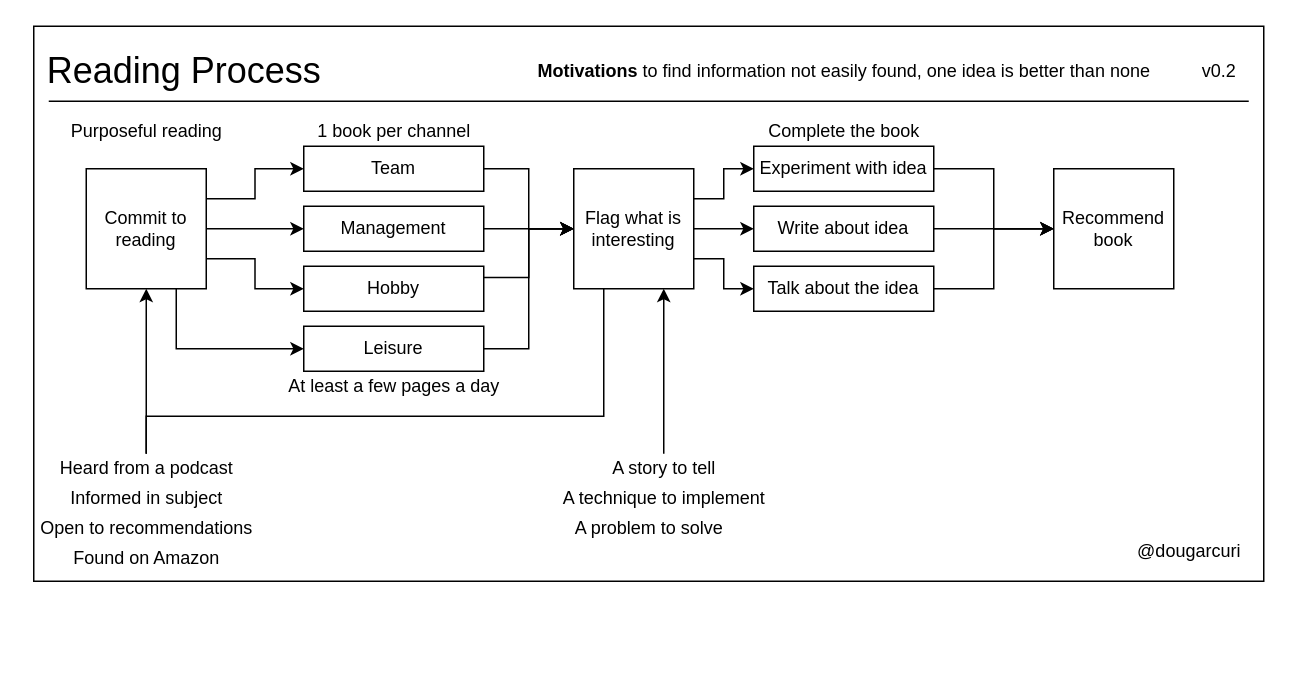
The draw.io diagram mentoring/diagrams/reading-process.drawio in solidi/learning-notes, before the edit. Source tidied: cells renumbered, new cells numbered last; positions are measured from the earlier drawing's top-left corner, leaving out a move shared by most shapes. Both pictures are drawn from the tidied source at 150%, with x=0, y=0 at pixel (26, 26).
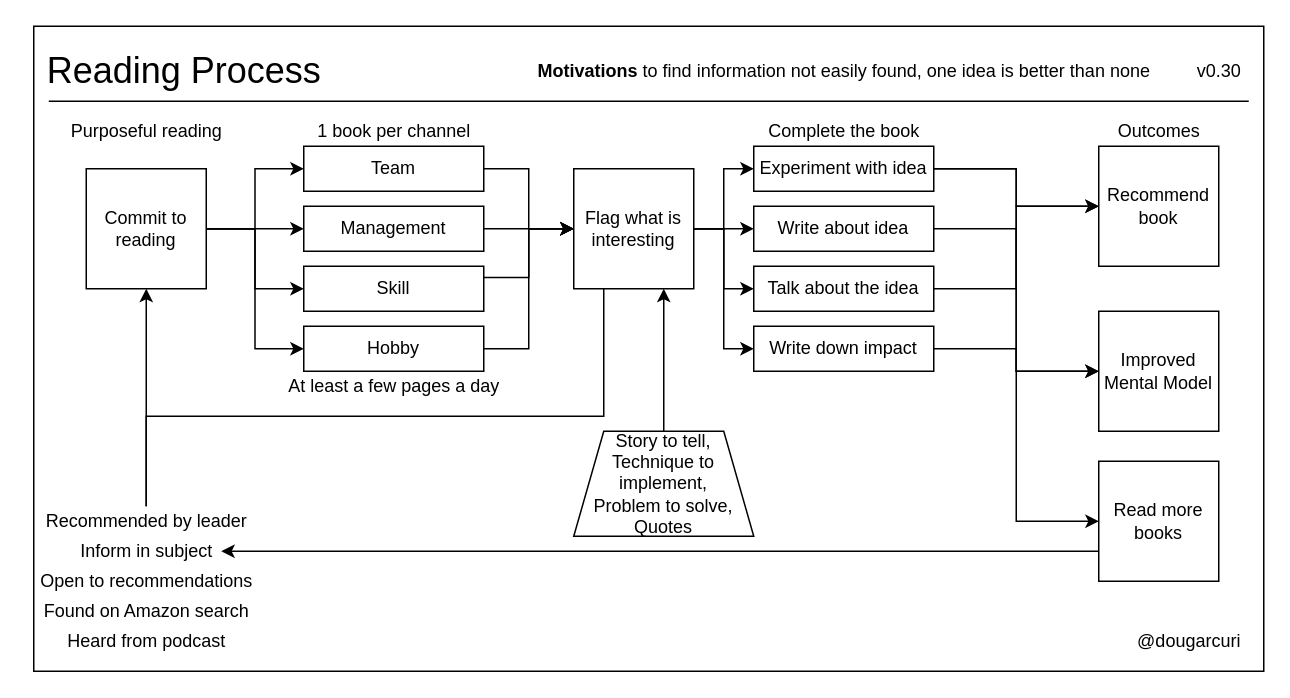
The same page after the edit.

Commit message (it also covers changes not shown here):
Add version 0.30 of the reading diagram

The change refers to these unchanged cells:
```xml
<mxCell id="8" value="Commit to reading" style="whiteSpace=wrap;html=1;" parent="1" vertex="1">
  <mxGeometry x="40" y="95" width="80" height="80" as="geometry" />
</mxCell>
<mxCell id="14" value="Team" style="rounded=0;whiteSpace=wrap;html=1;" parent="1" vertex="1">
  <mxGeometry x="185" y="80" width="120" height="30" as="geometry" />
</mxCell>
<mxCell id="16" value="Management" style="rounded=0;whiteSpace=wrap;html=1;" parent="1" vertex="1">
  <mxGeometry x="185" y="120" width="120" height="30" as="geometry" />
</mxCell>
<mxCell id="24" value="Flag what is interesting" style="whiteSpace=wrap;html=1;" parent="1" vertex="1">
  <mxGeometry x="365" y="95" width="80" height="80" as="geometry" />
</mxCell>
<mxCell id="26" value="Experiment with idea" style="rounded=0;whiteSpace=wrap;html=1;" parent="1" vertex="1">
  <mxGeometry x="485" y="80" width="120" height="30" as="geometry" />
</mxCell>
<mxCell id="28" value="Write about idea" style="rounded=0;whiteSpace=wrap;html=1;" parent="1" vertex="1">
  <mxGeometry x="485" y="120" width="120" height="30" as="geometry" />
</mxCell>
<mxCell id="37" value="Talk about the idea" style="rounded=0;whiteSpace=wrap;html=1;" parent="1" vertex="1">
  <mxGeometry x="485" y="160" width="120" height="30" as="geometry" />
</mxCell>
```

The edit, as a diff of the source:
```diff
@@
     <mxCell id="2" style="rounded=0;whiteSpace=wrap;html=1;fillColor=none;" parent="1" vertex="1">
-      <mxGeometry x="5" width="820" height="370" as="geometry" />
+      <mxGeometry x="5" width="820" height="430" as="geometry" />
     </mxCell>
@@
-    <mxCell id="4" style="edgeStyle=orthogonalEdgeStyle;rounded=0;jettySize=auto;html=1;exitX=1;exitY=0.25;exitDx=0;exitDy=0;entryX=0;entryY=0.5;entryDx=0;entryDy=0;" parent="1" edge="1" source="8" target="14">
+    <mxCell id="4" style="edgeStyle=orthogonalEdgeStyle;rounded=0;jettySize=auto;html=1;exitX=1;exitY=0.5;exitDx=0;exitDy=0;entryX=0;entryY=0.5;entryDx=0;entryDy=0;endArrow=classic;endFill=1;" parent="1" edge="1" source="8" target="14">
       <mxGeometry relative="1" as="geometry" />
     </mxCell>
-    <mxCell id="5" style="edgeStyle=orthogonalEdgeStyle;rounded=0;jettySize=auto;html=1;exitX=1;exitY=0.5;exitDx=0;exitDy=0;entryX=0;entryY=0.5;entryDx=0;entryDy=0;" parent="1" edge="1" source="8" target="16">
+    <mxCell id="5" style="edgeStyle=orthogonalEdgeStyle;rounded=0;jettySize=auto;html=1;exitX=1;exitY=0.5;exitDx=0;exitDy=0;entryX=0;entryY=0.5;entryDx=0;entryDy=0;endArrow=classic;endFill=1;" parent="1" edge="1" source="8" target="16">
       <mxGeometry relative="1" as="geometry" />
     </mxCell>
-    <mxCell id="6" style="edgeStyle=orthogonalEdgeStyle;rounded=0;jettySize=auto;html=1;exitX=1;exitY=0.75;exitDx=0;exitDy=0;entryX=0;entryY=0.5;entryDx=0;entryDy=0;" parent="1" edge="1" source="8" target="18">
+    <mxCell id="6" style="edgeStyle=orthogonalEdgeStyle;rounded=0;jettySize=auto;html=1;exitX=1;exitY=0.5;exitDx=0;exitDy=0;entryX=0;entryY=0.5;entryDx=0;entryDy=0;endArrow=classic;endFill=1;" parent="1" edge="1" source="8" target="18">
       <mxGeometry relative="1" as="geometry" />
     </mxCell>
-    <mxCell id="7" style="edgeStyle=orthogonalEdgeStyle;rounded=0;jettySize=auto;html=1;exitX=0.75;exitY=1;exitDx=0;exitDy=0;entryX=0;entryY=0.5;entryDx=0;entryDy=0;endArrow=classic;endFill=1;" parent="1" edge="1" source="8" target="35">
+    <mxCell id="7" style="edgeStyle=orthogonalEdgeStyle;rounded=0;jettySize=auto;html=1;exitX=1;exitY=0.5;exitDx=0;exitDy=0;entryX=0;entryY=0.5;entryDx=0;entryDy=0;endArrow=classic;endFill=1;" parent="1" edge="1" source="8" target="35">
       <mxGeometry relative="1" as="geometry" />
     </mxCell>
@@
-    <mxCell id="10" value="Heard from a podcast" style="text;html=1;align=center;verticalAlign=middle;points=[];" parent="1" vertex="1">
-      <mxGeometry x="15" y="285" width="130" height="20" as="geometry" />
+    <mxCell id="10" value="Recommended by leader" style="text;html=1;align=center;verticalAlign=middle;points=[];" parent="1" vertex="1">
+      <mxGeometry x="5" y="320" width="150" height="20" as="geometry" />
     </mxCell>
-    <mxCell id="11" value="Informed in subject" style="text;html=1;align=center;verticalAlign=middle;points=[];" parent="1" vertex="1">
-      <mxGeometry x="20" y="305" width="120" height="20" as="geometry" />
+    <mxCell id="11" value="Inform in subject" style="text;html=1;align=center;verticalAlign=middle;points=[];" parent="1" vertex="1">
+      <mxGeometry x="30" y="340" width="100" height="20" as="geometry" />
     </mxCell>
@@
-    <mxCell id="18" value="Hobby" style="rounded=0;whiteSpace=wrap;html=1;" parent="1" vertex="1">
+    <mxCell id="18" value="Skill" style="rounded=0;whiteSpace=wrap;html=1;" parent="1" vertex="1">
       <mxGeometry x="185" y="160" width="120" height="30" as="geometry" />
     </mxCell>
@@
+    <mxCell id="22" style="edgeStyle=orthogonalEdgeStyle;rounded=0;jettySize=auto;html=1;exitX=0.25;exitY=1;exitDx=0;exitDy=0;endArrow=none;endFill=0;" parent="1" edge="1" source="24" target="10">
+      <mxGeometry relative="1" as="geometry">
+        <Array as="points">
+          <mxPoint x="385" y="260" />
+          <mxPoint x="80" y="260" />
+        </Array>
+      </mxGeometry>
+    </mxCell>
-    <mxCell id="20" style="edgeStyle=orthogonalEdgeStyle;rounded=0;jettySize=auto;html=1;exitX=1;exitY=0.25;exitDx=0;exitDy=0;entryX=0;entryY=0.5;entryDx=0;entryDy=0;" parent="1" edge="1" source="24" target="26">
+    <mxCell id="20" style="edgeStyle=orthogonalEdgeStyle;rounded=0;jettySize=auto;html=1;exitX=1;exitY=0.5;exitDx=0;exitDy=0;entryX=0;entryY=0.5;entryDx=0;entryDy=0;endArrow=classic;endFill=1;" parent="1" edge="1" source="24" target="26">
       <mxGeometry relative="1" as="geometry" />
     </mxCell>
-    <mxCell id="21" style="edgeStyle=orthogonalEdgeStyle;rounded=0;jettySize=auto;html=1;exitX=1;exitY=0.5;exitDx=0;exitDy=0;entryX=0;entryY=0.5;entryDx=0;entryDy=0;" parent="1" edge="1" source="24" target="28">
+    <mxCell id="21" style="edgeStyle=orthogonalEdgeStyle;rounded=0;jettySize=auto;html=1;exitX=1;exitY=0.5;exitDx=0;exitDy=0;entryX=0;entryY=0.5;entryDx=0;entryDy=0;endArrow=classic;endFill=1;" parent="1" edge="1" source="24" target="28">
       <mxGeometry relative="1" as="geometry" />
     </mxCell>
-    <mxCell id="22" style="edgeStyle=orthogonalEdgeStyle;rounded=0;jettySize=auto;html=1;exitX=0.25;exitY=1;exitDx=0;exitDy=0;endArrow=none;endFill=0;" parent="1" edge="1" source="24" target="10">
-      <mxGeometry relative="1" as="geometry">
-        <Array as="points">
-          <mxPoint x="385" y="260" />
-          <mxPoint x="80" y="260" />
-        </Array>
-      </mxGeometry>
-    </mxCell>
-    <mxCell id="23" style="edgeStyle=orthogonalEdgeStyle;rounded=0;jettySize=auto;html=1;exitX=1;exitY=0.75;exitDx=0;exitDy=0;entryX=0;entryY=0.5;entryDx=0;entryDy=0;endArrow=classic;endFill=1;" parent="1" edge="1" source="24" target="37">
+    <mxCell id="23" style="edgeStyle=orthogonalEdgeStyle;rounded=0;jettySize=auto;html=1;exitX=1;exitY=0.5;exitDx=0;exitDy=0;entryX=0;entryY=0.5;entryDx=0;entryDy=0;endArrow=classic;endFill=1;" parent="1" edge="1" source="24" target="37">
       <mxGeometry relative="1" as="geometry" />
     </mxCell>
+    <mxCell id="46" style="edgeStyle=orthogonalEdgeStyle;rounded=0;jettySize=auto;html=1;exitX=1;exitY=0.5;exitDx=0;exitDy=0;entryX=0;entryY=0.5;entryDx=0;entryDy=0;endArrow=classic;endFill=1;" parent="1" edge="1" source="24" target="51">
+      <mxGeometry relative="1" as="geometry" />
+    </mxCell>
@@
+    <mxCell id="47" style="edgeStyle=orthogonalEdgeStyle;rounded=0;jettySize=auto;html=1;exitX=1;exitY=0.5;exitDx=0;exitDy=0;entryX=0;entryY=0.5;entryDx=0;entryDy=0;endArrow=classic;endFill=1;" parent="1" edge="1" source="26" target="49">
+      <mxGeometry relative="1" as="geometry" />
+    </mxCell>
@@
-    <mxCell id="27" style="edgeStyle=orthogonalEdgeStyle;rounded=0;jettySize=auto;html=1;exitX=1;exitY=0.5;exitDx=0;exitDy=0;endArrow=classic;endFill=1;" parent="1" edge="1" source="28">
-      <mxGeometry relative="1" as="geometry">
-        <mxPoint x="685" y="135" as="targetPoint" />
-      </mxGeometry>
-    </mxCell>
+    <mxCell id="48" style="edgeStyle=orthogonalEdgeStyle;rounded=0;jettySize=auto;html=1;exitX=1;exitY=0.5;exitDx=0;exitDy=0;entryX=0;entryY=0.5;entryDx=0;entryDy=0;endArrow=classic;endFill=1;" parent="1" edge="1" source="28" target="53">
+      <mxGeometry relative="1" as="geometry" />
+    </mxCell>
@@
-    <mxCell id="29" value="v0.2" style="text;html=1;align=center;verticalAlign=middle;" parent="1" vertex="1">
+    <mxCell id="29" value="v0.30" style="text;html=1;align=center;verticalAlign=middle;" parent="1" vertex="1">
       <mxGeometry x="775" y="20" width="40" height="20" as="geometry" />
     </mxCell>
     <mxCell id="30" value="@dougarcuri" style="text;html=1;align=center;verticalAlign=middle;" parent="1" vertex="1">
-      <mxGeometry x="735" y="340" width="80" height="20" as="geometry" />
+      <mxGeometry x="735" y="400" width="80" height="20" as="geometry" />
     </mxCell>
@@
     <mxCell id="32" value="Recommend book" style="whiteSpace=wrap;html=1;" parent="1" vertex="1">
-      <mxGeometry x="685" y="95" width="80" height="80" as="geometry" />
+      <mxGeometry x="715" y="80" width="80" height="80" as="geometry" />
     </mxCell>
@@
-    <mxCell id="35" value="Leisure" style="rounded=0;whiteSpace=wrap;html=1;" parent="1" vertex="1">
+    <mxCell id="35" value="Hobby" style="rounded=0;whiteSpace=wrap;html=1;" parent="1" vertex="1">
       <mxGeometry x="185" y="200" width="120" height="30" as="geometry" />
     </mxCell>
@@
     <mxCell id="40" value="Open to recommendations" style="text;html=1;align=center;verticalAlign=middle;" parent="1" vertex="1">
-      <mxGeometry y="325" width="160" height="20" as="geometry" />
+      <mxGeometry y="360" width="160" height="20" as="geometry" />
     </mxCell>
-    <mxCell id="41" value="Found on Amazon" style="text;html=1;align=center;verticalAlign=middle;" parent="1" vertex="1">
-      <mxGeometry x="25" y="345" width="110" height="20" as="geometry" />
+    <mxCell id="41" value="Found on Amazon search" style="text;html=1;align=center;verticalAlign=middle;" parent="1" vertex="1">
+      <mxGeometry x="5" y="380" width="150" height="20" as="geometry" />
     </mxCell>
-    <mxCell id="42" value="A problem to solve" style="text;html=1;align=center;verticalAlign=middle;" parent="1" vertex="1">
-      <mxGeometry x="360" y="325" width="110" height="20" as="geometry" />
-    </mxCell>
-    <mxCell id="43" value="A technique to implement" style="text;html=1;align=center;verticalAlign=middle;" parent="1" vertex="1">
-      <mxGeometry x="350" y="305" width="150" height="20" as="geometry" />
-    </mxCell>
-    <mxCell id="44" style="edgeStyle=orthogonalEdgeStyle;rounded=0;jettySize=auto;html=1;entryX=0.75;entryY=1;entryDx=0;entryDy=0;endArrow=classic;endFill=1;" parent="1" edge="1" source="45" target="24">
+    <mxCell id="44" style="edgeStyle=orthogonalEdgeStyle;rounded=0;jettySize=auto;html=1;entryX=0.75;entryY=1;entryDx=0;entryDy=0;endArrow=classic;endFill=1;exitX=0.5;exitY=0;exitDx=0;exitDy=0;" parent="1" edge="1" source="55" target="24">
       <mxGeometry relative="1" as="geometry" />
     </mxCell>
-    <mxCell id="45" value="A story to tell" style="text;html=1;align=center;verticalAlign=middle;points=[];" parent="1" vertex="1">
-      <mxGeometry x="385" y="285" width="80" height="20" as="geometry" />
-    </mxCell>
+    <mxCell id="49" value="Improved Mental Model" style="whiteSpace=wrap;html=1;" parent="1" vertex="1">
+      <mxGeometry x="715" y="190" width="80" height="80" as="geometry" />
+    </mxCell>
+    <mxCell id="50" style="edgeStyle=orthogonalEdgeStyle;rounded=0;jettySize=auto;html=1;exitX=1;exitY=0.5;exitDx=0;exitDy=0;entryX=0;entryY=0.5;entryDx=0;entryDy=0;endArrow=classic;endFill=1;" parent="1" edge="1" source="51" target="49">
+      <mxGeometry relative="1" as="geometry" />
+    </mxCell>
+    <mxCell id="51" value="Write down impact" style="rounded=0;whiteSpace=wrap;html=1;" parent="1" vertex="1">
+      <mxGeometry x="485" y="200" width="120" height="30" as="geometry" />
+    </mxCell>
+    <mxCell id="52" style="edgeStyle=orthogonalEdgeStyle;rounded=0;jettySize=auto;html=1;exitX=0;exitY=0.75;exitDx=0;exitDy=0;endArrow=classic;endFill=1;" parent="1" edge="1" source="53" target="11">
+      <mxGeometry relative="1" as="geometry" />
+    </mxCell>
+    <mxCell id="53" value="Read more books" style="whiteSpace=wrap;html=1;" parent="1" vertex="1">
+      <mxGeometry x="715" y="290" width="80" height="80" as="geometry" />
+    </mxCell>
+    <mxCell id="54" value="Heard from podcast" style="text;html=1;align=center;verticalAlign=middle;" parent="1" vertex="1">
+      <mxGeometry x="20" y="400" width="120" height="20" as="geometry" />
+    </mxCell>
+    <mxCell id="55" value="Story to tell,&lt;br&gt;&lt;span&gt;Technique to implement,&lt;br&gt;&lt;/span&gt;&lt;span&gt;Problem to solve,&lt;br&gt;&lt;/span&gt;&lt;span&gt;Quotes&lt;br&gt;&lt;/span&gt;" style="shape=trapezoid;perimeter=trapezoidPerimeter;whiteSpace=wrap;html=1;fixedSize=1;fillColor=none;" parent="1" vertex="1">
+      <mxGeometry x="365" y="270" width="120" height="70" as="geometry" />
+    </mxCell>
+    <mxCell id="56" value="Outcomes" style="text;html=1;align=center;verticalAlign=middle;" parent="1" vertex="1">
+      <mxGeometry x="720" y="60" width="70" height="20" as="geometry" />
+    </mxCell>
```
